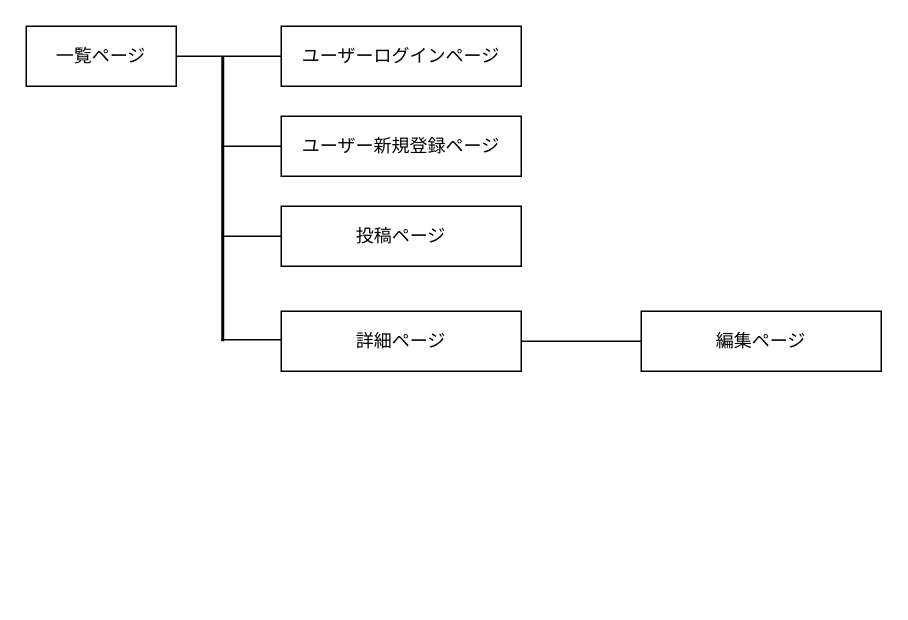
Before: seni.dio in harukakak/rakubo, a draw.io diagram. Source tidied: cells renumbered, new cells numbered last; positions are measured from the earlier drawing's top-left corner, leaving out a move shared by most shapes. Both pictures are drawn from the tidied source at 150%, with x=0, y=0 at pixel (26, 26).
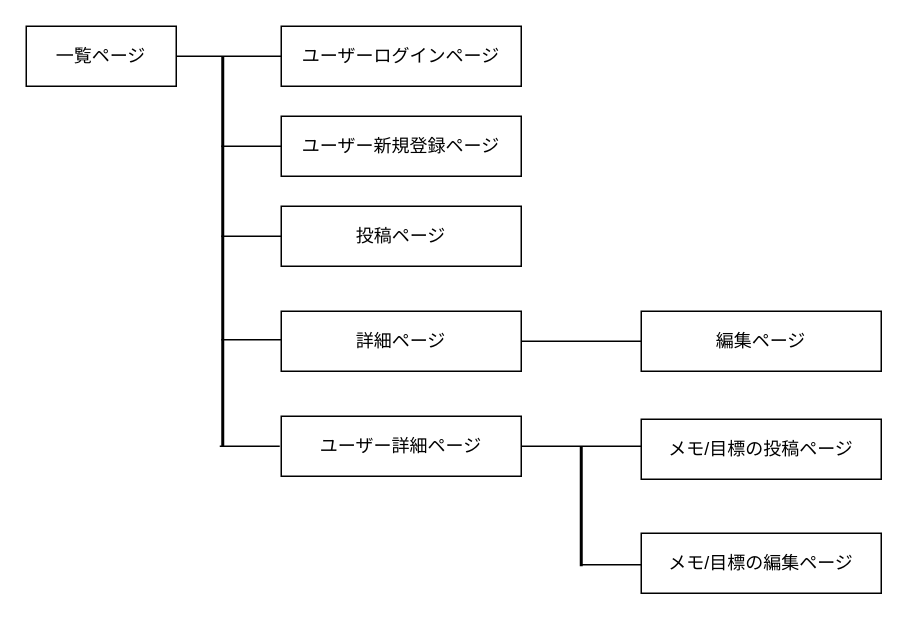
After the change.

What changed in the source:
```diff
@@
     <mxCell id="13" style="line;strokeWidth=2;direction=south;html=1;" parent="1" vertex="1">
-      <mxGeometry x="126" y="20" width="10" height="190" as="geometry" />
+      <mxGeometry x="126" y="20" width="10" height="260" as="geometry" />
     </mxCell>
+    <mxCell id="14" value="ユーザー詳細ページ" style="whiteSpace=wrap;html=1;align=center;" parent="1" vertex="1">
+      <mxGeometry x="170" y="260" width="160" height="40" as="geometry" />
+    </mxCell>
+    <mxCell id="15" value="メモ/目標の投稿ページ" style="whiteSpace=wrap;html=1;align=center;" parent="1" vertex="1">
+      <mxGeometry x="410" y="262" width="160" height="40" as="geometry" />
+    </mxCell>
+    <mxCell id="16" value="メモ/目標の編集ページ" style="whiteSpace=wrap;html=1;align=center;" parent="1" vertex="1">
+      <mxGeometry x="410" y="338" width="160" height="40" as="geometry" />
+    </mxCell>
+    <mxCell id="17" style="line;strokeWidth=1;dashed=0;labelPosition=right;align=left;verticalAlign=middle;spacingTop=0;spacingLeft=6;" parent="1" vertex="1">
+      <mxGeometry x="129" y="275" width="40" height="10" as="geometry" />
+    </mxCell>
+    <mxCell id="18" style="line;strokeWidth=1;dashed=0;labelPosition=right;align=left;verticalAlign=middle;spacingTop=0;spacingLeft=6;" parent="1" vertex="1">
+      <mxGeometry x="370" y="354" width="40" height="10" as="geometry" />
+    </mxCell>
+    <mxCell id="19" style="line;strokeWidth=1;dashed=0;labelPosition=right;align=left;verticalAlign=middle;spacingTop=0;spacingLeft=6;" parent="1" vertex="1">
+      <mxGeometry x="330" y="275" width="80" height="10" as="geometry" />
+    </mxCell>
+    <mxCell id="20" style="line;strokeWidth=2;direction=south;html=1;" parent="1" vertex="1">
+      <mxGeometry x="365" y="280" width="10" height="80" as="geometry" />
+    </mxCell>
```
